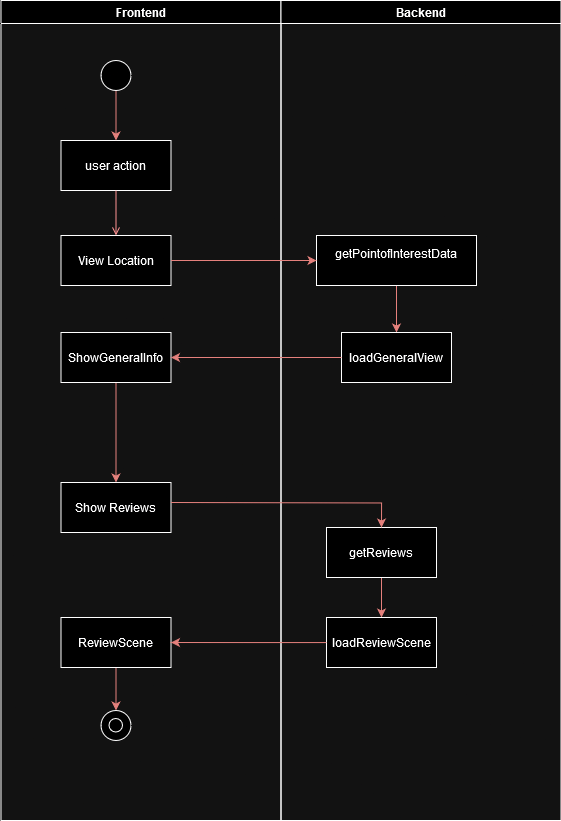
Earlier version of the draw.io export docs/assets/srs/viewreview-ad.png (green-sprout/green-sprout.github.io). Source tidied: cells renumbered, new cells last; positions are measured from the earlier drawing's top-left corner, leaving out a move shared by most shapes.
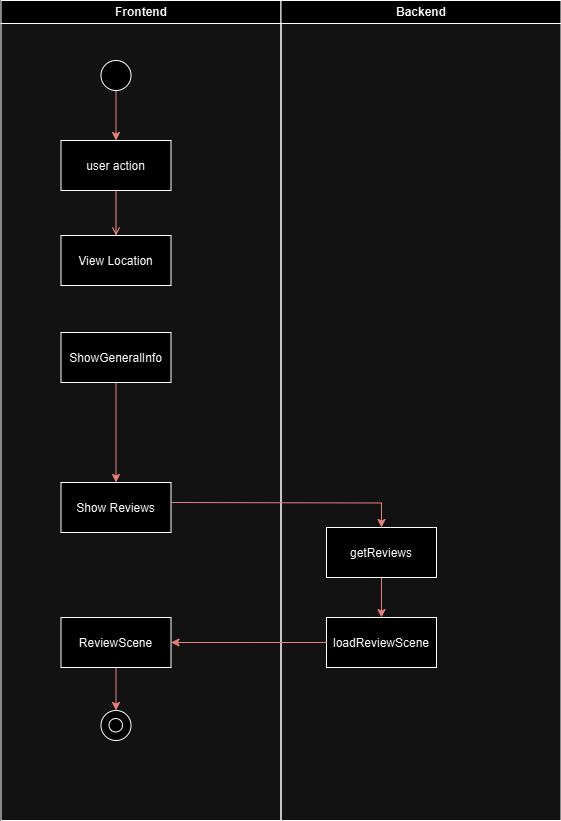
The same diagram one commit later.

Commit message:
update selectRestaurant SD & viewReview AD

What changed in the source:
```diff
@@ -44,12 +44,6 @@
     <mxCell id="15" value="Backend" style="swimlane;whiteSpace=wrap;" parent="1" vertex="1">
       <mxGeometry x="280.5" width="280" height="820" as="geometry" />
     </mxCell>
-    <mxCell id="16" style="edgeStyle=orthogonalEdgeStyle;rounded=0;jettySize=auto;html=1;fillColor=#f8cecc;strokeColor=#b85450;" parent="15" edge="1" source="17" target="23">
-      <mxGeometry relative="1" as="geometry" />
-    </mxCell>
-    <mxCell id="17" value="getPointofInterestData&#10;" parent="15" vertex="1">
-      <mxGeometry x="35.5" y="235" width="160" height="50" as="geometry" />
-    </mxCell>
     <mxCell id="18" style="edgeStyle=orthogonalEdgeStyle;rounded=0;jettySize=auto;html=1;entryX=0.5;entryY=0;entryDx=0;entryDy=0;fillColor=#f8cecc;strokeColor=#b85450;" parent="15" edge="1" source="19" target="20">
       <mxGeometry relative="1" as="geometry" />
     </mxCell>
@@ -69,14 +63,5 @@
         <mxPoint x="-110" y="502" as="sourcePoint" />
       </mxGeometry>
     </mxCell>
-    <mxCell id="23" value="loadGeneralView" parent="15" vertex="1">
-      <mxGeometry x="60.5" y="332" width="110" height="50" as="geometry" />
-    </mxCell>
-    <mxCell id="24" style="edgeStyle=orthogonalEdgeStyle;rounded=0;jettySize=auto;html=1;fillColor=#f8cecc;strokeColor=#b85450;" parent="1" edge="1" source="6" target="17">
-      <mxGeometry relative="1" as="geometry" />
-    </mxCell>
-    <mxCell id="25" style="edgeStyle=orthogonalEdgeStyle;rounded=0;jettySize=auto;html=1;entryX=1;entryY=0.5;entryDx=0;entryDy=0;fillColor=#f8cecc;strokeColor=#b85450;" parent="1" edge="1" source="23" target="10">
-      <mxGeometry relative="1" as="geometry" />
-    </mxCell>
   </root>
 </mxGraphModel>
```
